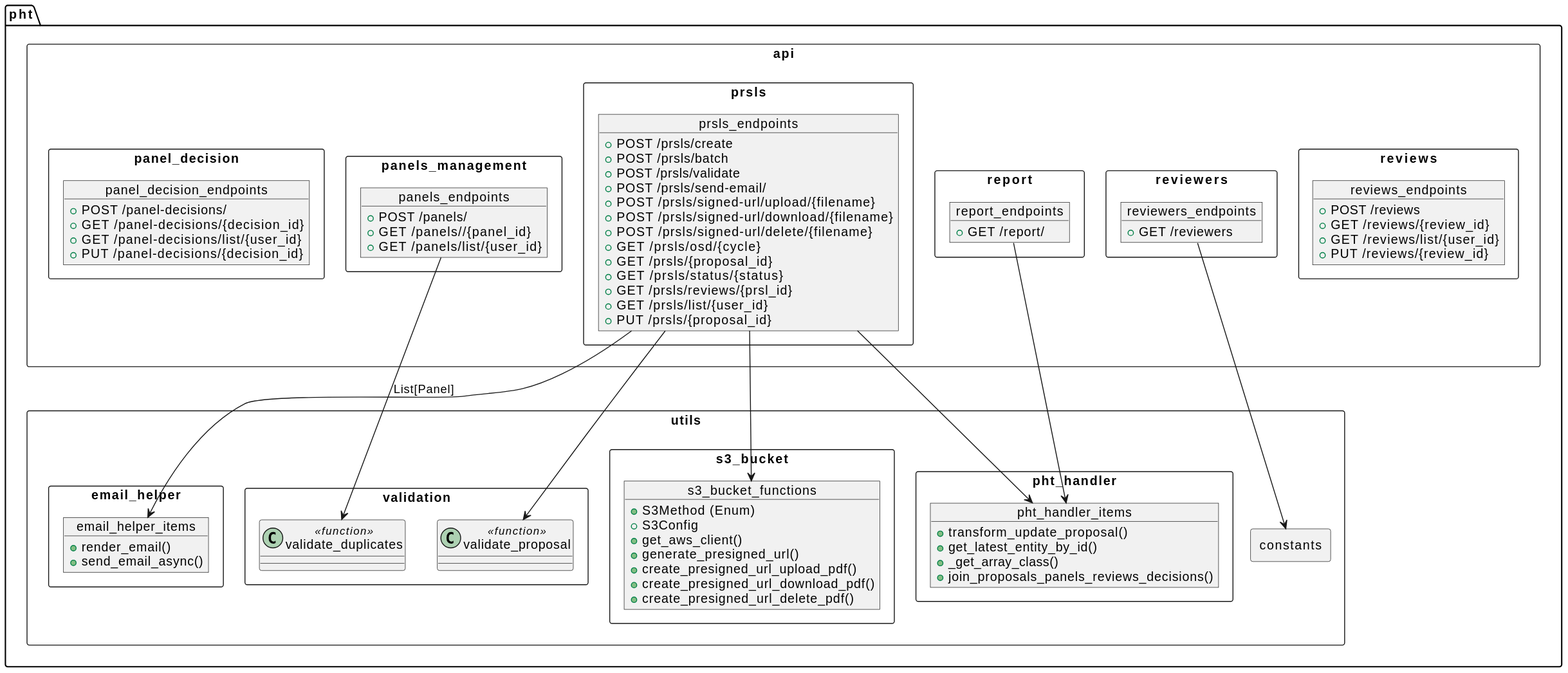
The PlantUML diagram docs/src/internal/diagrams/module_view_pht.svg in ska-telescope/ska-oso-services, before a commit.
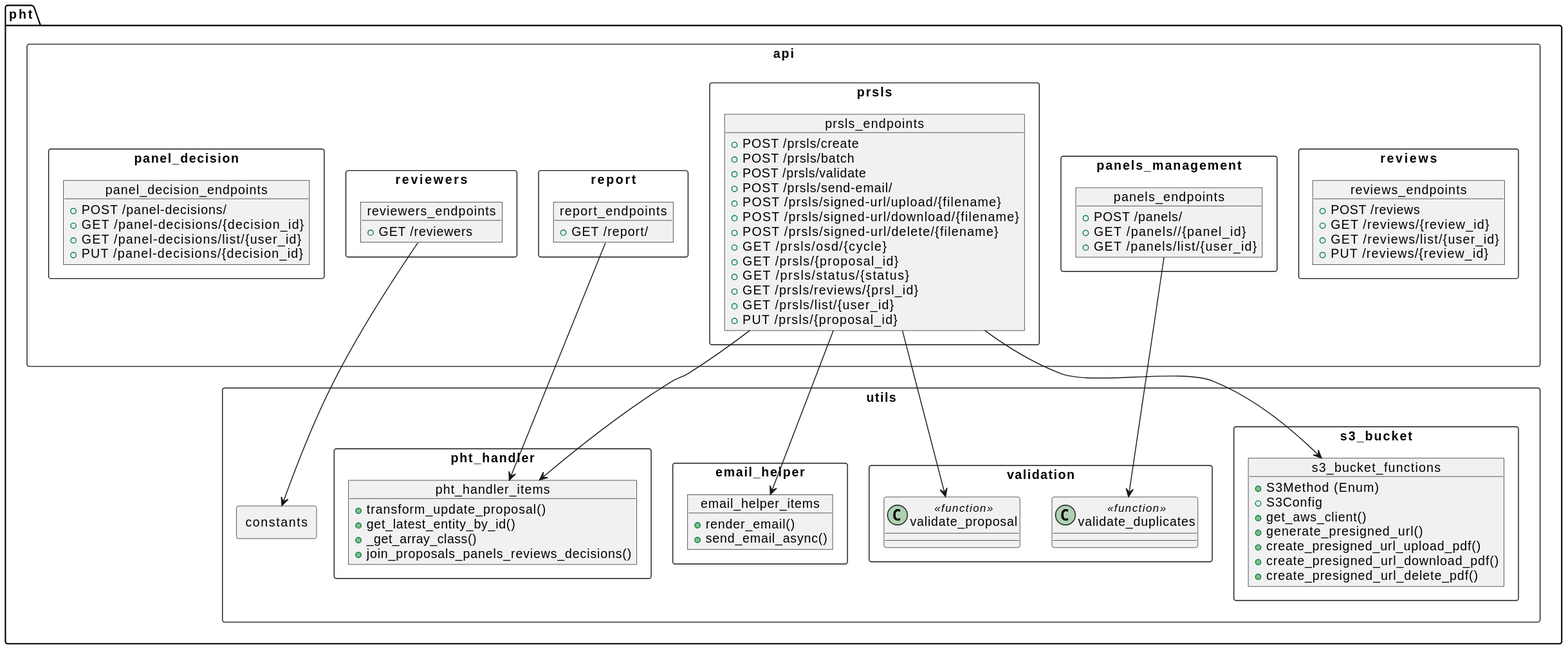
Above is the later version.

Commit message:
STAR-1524 - update to pht module view

Diff of the diagram source:
```diff
@@ -101,7 +101,7 @@
     prsls_endpoints --> email_helper_items
     prsls_endpoints --> pht_handler_items
     prsls_endpoints --> s3_bucket_functions
-    panels_endpoints --> validate_duplicates : List[Panel]
+    panels_endpoints --> validate_duplicates
     report_endpoints --> pht_handler_items
     reviewers_endpoints --> constants
 
```
